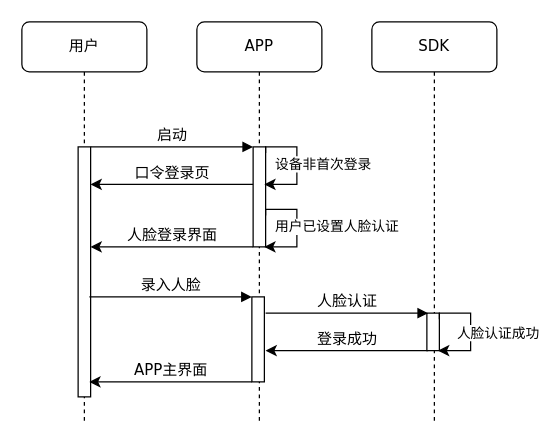
The draw.io diagram GMIAudio/lib/Untitled Diagram.drawio in mobof/GMIAudio, before the edit. Source tidied: cells renumbered, new cells numbered last; positions are measured from the earlier drawing's top-left corner, leaving out a move shared by most shapes. Both pictures are drawn from the tidied source at 125%, with x=0, y=0 at pixel (21, 21).
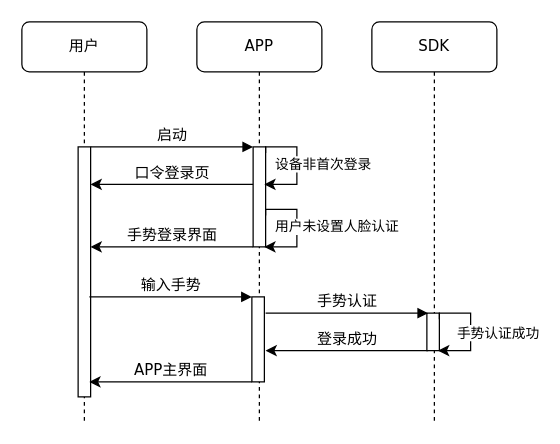
Above is the later version.

Commit message:
金网未设置人脸认证非首次登录.drawio

The change refers to these unchanged cells:
```xml
<mxCell id="18" style="edgeStyle=orthogonalEdgeStyle;rounded=0;orthogonalLoop=1;jettySize=auto;html=1;entryX=0.9;entryY=0.609;entryDx=0;entryDy=0;entryPerimeter=0;" parent="1" edge="1">
  <mxGeometry relative="1" as="geometry">
    <mxPoint x="334" y="237.9" as="sourcePoint" />
    <mxPoint x="333" y="263" as="targetPoint" />
    <Array as="points">
      <mxPoint x="334" y="233" />
      <mxPoint x="359" y="233" />
      <mxPoint x="359" y="263" />
    </Array>
  </mxGeometry>
</mxCell>
<mxCell id="20" style="edgeStyle=orthogonalEdgeStyle;rounded=0;orthogonalLoop=1;jettySize=auto;html=1;entryX=0.9;entryY=0.609;entryDx=0;entryDy=0;entryPerimeter=0;" parent="1" edge="1">
  <mxGeometry relative="1" as="geometry">
    <mxPoint x="195" y="154.9" as="sourcePoint" />
    <mxPoint x="194" y="180" as="targetPoint" />
    <Array as="points">
      <mxPoint x="195" y="150" />
      <mxPoint x="220" y="150" />
      <mxPoint x="220" y="180" />
    </Array>
  </mxGeometry>
</mxCell>
```

What changed in the source:
```diff
@@
-    <mxCell id="11" value="人脸登录界面" style="html=1;verticalAlign=bottom;endArrow=none;entryX=0;entryY=0;labelBackgroundColor=none;fontFamily=Verdana;fontSize=12;edgeStyle=elbowEdgeStyle;elbow=vertical;startArrow=classic;startFill=1;endFill=0;" parent="1" edge="1">
+    <mxCell id="11" value="手势登录界面" style="html=1;verticalAlign=bottom;endArrow=none;entryX=0;entryY=0;labelBackgroundColor=none;fontFamily=Verdana;fontSize=12;edgeStyle=elbowEdgeStyle;elbow=horizontal;startArrow=classic;startFill=1;endFill=0;" parent="1" edge="1">
       <mxGeometry relative="1" as="geometry">
         <mxPoint x="55" y="180" as="sourcePoint" />
         <mxPoint x="185" y="180" as="targetPoint" />
       </mxGeometry>
     </mxCell>
@@
-    <mxCell id="14" value="录入人脸" style="html=1;verticalAlign=bottom;endArrow=block;entryX=0;entryY=0;labelBackgroundColor=none;fontFamily=Verdana;fontSize=12;edgeStyle=elbowEdgeStyle;elbow=vertical;" parent="1" edge="1">
+    <mxCell id="14" value="输入手势" style="html=1;verticalAlign=bottom;endArrow=block;entryX=0;entryY=0;labelBackgroundColor=none;fontFamily=Verdana;fontSize=12;edgeStyle=elbowEdgeStyle;elbow=vertical;" parent="1" edge="1">
       <mxGeometry relative="1" as="geometry">
         <mxPoint x="54" y="220" as="sourcePoint" />
         <mxPoint x="184" y="220" as="targetPoint" />
       </mxGeometry>
     </mxCell>
-    <mxCell id="15" value="人脸认证" style="html=1;verticalAlign=bottom;endArrow=block;entryX=0;entryY=0;labelBackgroundColor=none;fontFamily=Verdana;fontSize=12;edgeStyle=elbowEdgeStyle;elbow=horizontal;" parent="1" edge="1">
+    <mxCell id="15" value="手势认证" style="html=1;verticalAlign=bottom;endArrow=block;entryX=0;entryY=0;labelBackgroundColor=none;fontFamily=Verdana;fontSize=12;edgeStyle=elbowEdgeStyle;elbow=horizontal;" parent="1" edge="1">
       <mxGeometry relative="1" as="geometry">
         <mxPoint x="195" y="233" as="sourcePoint" />
         <mxPoint x="325" y="233" as="targetPoint" />
       </mxGeometry>
     </mxCell>
@@
-    <mxCell id="19" value="人脸认证成功" style="edgeLabel;html=1;align=center;verticalAlign=middle;" parent="18" vertex="1">
+    <mxCell id="19" value="手势认证成功" style="edgeLabel;html=1;align=center;verticalAlign=middle;" parent="18" vertex="1">
       <mxGeometry y="-1" relative="1" as="geometry">
         <mxPoint x="22" y="1.9" as="offset" />
       </mxGeometry>
     </mxCell>
@@
-    <mxCell id="21" value="用户已设置人脸认证" style="edgeLabel;html=1;align=center;verticalAlign=middle;" parent="20" vertex="1">
+    <mxCell id="21" value="用户未设置人脸认证" style="edgeLabel;html=1;align=center;verticalAlign=middle;" parent="20" vertex="1">
       <mxGeometry y="-1" relative="1" as="geometry">
         <mxPoint x="32" as="offset" />
       </mxGeometry>
     </mxCell>
```
